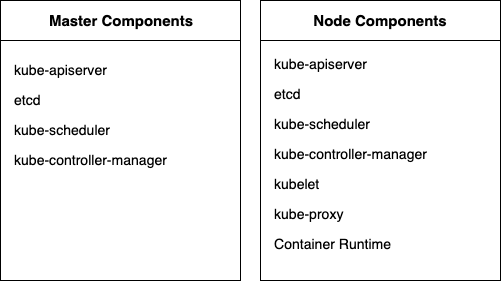
Earlier version of the draw.io export Section-01/04_What_is_Kubernetes/images/kubernetes-components.png (kubernetes-study-guide/Kubernetes-Study-Guide). Source tidied: cells renumbered, new cells last; positions are measured from the earlier drawing's top-left corner, leaving out a move shared by most shapes. The source it was exported from:
```xml
<mxGraphModel>
  <root>
    <mxCell id="0" />
    <mxCell id="1" parent="0" />
    <mxCell id="2" value="&lt;h3 id=&quot;kube-apiserver&quot;&gt;&lt;span style=&quot;font-weight: normal&quot;&gt;kube-apiserver&lt;/span&gt;&lt;/h3&gt;&lt;div&gt;&lt;h3 id=&quot;etcd&quot;&gt;&lt;span style=&quot;font-weight: normal&quot;&gt;etcd&lt;br&gt;&lt;/span&gt;&lt;/h3&gt;&lt;/div&gt;&lt;div&gt;&lt;h3 id=&quot;kube-scheduler&quot;&gt;&lt;span style=&quot;font-weight: normal&quot;&gt;kube-scheduler&lt;/span&gt;&lt;/h3&gt;&lt;/div&gt;&lt;div&gt;&lt;h3 id=&quot;kube-controller-manager&quot;&gt;&lt;span style=&quot;font-weight: normal&quot;&gt;kube-controller-manager&lt;/span&gt;&lt;/h3&gt;&lt;/div&gt;&lt;div&gt;&lt;h3 id=&quot;cloud-controller-manager&quot;&gt;&lt;br&gt;&lt;/h3&gt;&lt;/div&gt;&lt;div&gt;&lt;br&gt;&lt;/div&gt;" style="whiteSpace=wrap;html=1;align=left;spacingRight=0;spacingLeft=11;fontStyle=0;horizontal=1;verticalAlign=top;" parent="1" vertex="1">
      <mxGeometry y="40" width="240" height="240" as="geometry" />
    </mxCell>
    <mxCell id="3" value="Master Components" style="rounded=0;whiteSpace=wrap;html=1;align=center;fontStyle=1;fontSize=15;" parent="1" vertex="1">
      <mxGeometry width="240" height="40" as="geometry" />
    </mxCell>
    <mxCell id="4" value="&lt;h3 id=&quot;kube-apiserver&quot;&gt;&lt;span style=&quot;font-weight: normal&quot;&gt;kube-apiserver&lt;/span&gt;&lt;/h3&gt;&lt;div&gt;&lt;h3 id=&quot;etcd&quot;&gt;&lt;span style=&quot;font-weight: normal&quot;&gt;etcd&lt;br&gt;&lt;/span&gt;&lt;/h3&gt;&lt;/div&gt;&lt;div&gt;&lt;h3 id=&quot;kube-scheduler&quot;&gt;&lt;span style=&quot;font-weight: normal&quot;&gt;kube-scheduler&lt;/span&gt;&lt;/h3&gt;&lt;/div&gt;&lt;div&gt;&lt;h3 id=&quot;kube-controller-manager&quot;&gt;&lt;span style=&quot;font-weight: normal&quot;&gt;kube-controller-manager&lt;/span&gt;&lt;/h3&gt;&lt;/div&gt;&lt;div&gt;&lt;h3 id=&quot;cloud-controller-manager&quot;&gt;&lt;span style=&quot;font-weight: normal&quot;&gt;kubelet&lt;br&gt;&lt;/span&gt;&lt;/h3&gt;&lt;/div&gt;&lt;div&gt;&lt;h3 id=&quot;kube-proxy&quot;&gt;&lt;span style=&quot;font-weight: normal&quot;&gt;kube-proxy&lt;/span&gt;&lt;/h3&gt;&lt;/div&gt;&lt;div&gt;&lt;h3 id=&quot;container-runtime&quot;&gt;&lt;span style=&quot;font-weight: normal&quot;&gt;Container Runtime&lt;/span&gt;&lt;/h3&gt;&lt;/div&gt;&lt;div&gt;&lt;br&gt;&lt;/div&gt;" style="whiteSpace=wrap;html=1;align=left;spacingRight=0;spacingLeft=11;fontStyle=0;" parent="1" vertex="1">
      <mxGeometry x="260" y="40" width="240" height="240" as="geometry" />
    </mxCell>
    <mxCell id="5" value="Node Components&lt;br&gt;" style="rounded=0;whiteSpace=wrap;html=1;align=center;fontStyle=1;fontSize=15;" parent="1" vertex="1">
      <mxGeometry x="260" width="240" height="40" as="geometry" />
    </mxCell>
  </root>
</mxGraphModel>
```
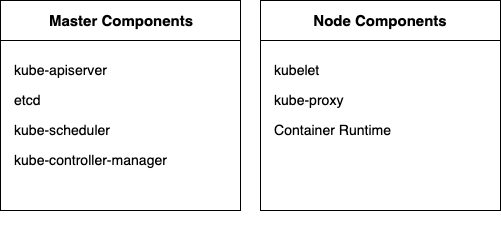
The same file after the commit.

The edit, as a diff of the source:
```diff
@@ -3,13 +3,13 @@
     <mxCell id="0" />
     <mxCell id="1" parent="0" />
     <mxCell id="2" value="&lt;h3 id=&quot;kube-apiserver&quot;&gt;&lt;span style=&quot;font-weight: normal&quot;&gt;kube-apiserver&lt;/span&gt;&lt;/h3&gt;&lt;div&gt;&lt;h3 id=&quot;etcd&quot;&gt;&lt;span style=&quot;font-weight: normal&quot;&gt;etcd&lt;br&gt;&lt;/span&gt;&lt;/h3&gt;&lt;/div&gt;&lt;div&gt;&lt;h3 id=&quot;kube-scheduler&quot;&gt;&lt;span style=&quot;font-weight: normal&quot;&gt;kube-scheduler&lt;/span&gt;&lt;/h3&gt;&lt;/div&gt;&lt;div&gt;&lt;h3 id=&quot;kube-controller-manager&quot;&gt;&lt;span style=&quot;font-weight: normal&quot;&gt;kube-controller-manager&lt;/span&gt;&lt;/h3&gt;&lt;/div&gt;&lt;div&gt;&lt;h3 id=&quot;cloud-controller-manager&quot;&gt;&lt;br&gt;&lt;/h3&gt;&lt;/div&gt;&lt;div&gt;&lt;br&gt;&lt;/div&gt;" style="whiteSpace=wrap;html=1;align=left;spacingRight=0;spacingLeft=11;fontStyle=0;horizontal=1;verticalAlign=top;" parent="1" vertex="1">
-      <mxGeometry y="40" width="240" height="240" as="geometry" />
+      <mxGeometry y="40" width="240" height="170" as="geometry" />
     </mxCell>
     <mxCell id="3" value="Master Components" style="rounded=0;whiteSpace=wrap;html=1;align=center;fontStyle=1;fontSize=15;" parent="1" vertex="1">
       <mxGeometry width="240" height="40" as="geometry" />
     </mxCell>
-    <mxCell id="4" value="&lt;h3 id=&quot;kube-apiserver&quot;&gt;&lt;span style=&quot;font-weight: normal&quot;&gt;kube-apiserver&lt;/span&gt;&lt;/h3&gt;&lt;div&gt;&lt;h3 id=&quot;etcd&quot;&gt;&lt;span style=&quot;font-weight: normal&quot;&gt;etcd&lt;br&gt;&lt;/span&gt;&lt;/h3&gt;&lt;/div&gt;&lt;div&gt;&lt;h3 id=&quot;kube-scheduler&quot;&gt;&lt;span style=&quot;font-weight: normal&quot;&gt;kube-scheduler&lt;/span&gt;&lt;/h3&gt;&lt;/div&gt;&lt;div&gt;&lt;h3 id=&quot;kube-controller-manager&quot;&gt;&lt;span style=&quot;font-weight: normal&quot;&gt;kube-controller-manager&lt;/span&gt;&lt;/h3&gt;&lt;/div&gt;&lt;div&gt;&lt;h3 id=&quot;cloud-controller-manager&quot;&gt;&lt;span style=&quot;font-weight: normal&quot;&gt;kubelet&lt;br&gt;&lt;/span&gt;&lt;/h3&gt;&lt;/div&gt;&lt;div&gt;&lt;h3 id=&quot;kube-proxy&quot;&gt;&lt;span style=&quot;font-weight: normal&quot;&gt;kube-proxy&lt;/span&gt;&lt;/h3&gt;&lt;/div&gt;&lt;div&gt;&lt;h3 id=&quot;container-runtime&quot;&gt;&lt;span style=&quot;font-weight: normal&quot;&gt;Container Runtime&lt;/span&gt;&lt;/h3&gt;&lt;/div&gt;&lt;div&gt;&lt;br&gt;&lt;/div&gt;" style="whiteSpace=wrap;html=1;align=left;spacingRight=0;spacingLeft=11;fontStyle=0;" parent="1" vertex="1">
-      <mxGeometry x="260" y="40" width="240" height="240" as="geometry" />
+    <mxCell id="4" value="&lt;h3 id=&quot;kube-apiserver&quot;&gt;&lt;span style=&quot;font-weight: normal&quot;&gt;kubelet&lt;/span&gt;&lt;br&gt;&lt;/h3&gt;&lt;div&gt;&lt;h3 id=&quot;kube-proxy&quot;&gt;&lt;span style=&quot;font-weight: normal&quot;&gt;kube-proxy&lt;/span&gt;&lt;/h3&gt;&lt;/div&gt;&lt;div&gt;&lt;h3 id=&quot;container-runtime&quot;&gt;&lt;span style=&quot;font-weight: normal&quot;&gt;Container Runtime&lt;/span&gt;&lt;/h3&gt;&lt;/div&gt;&lt;div&gt;&lt;br&gt;&lt;/div&gt;" style="whiteSpace=wrap;html=1;align=left;spacingRight=0;spacingLeft=11;fontStyle=0;verticalAlign=top;" parent="1" vertex="1">
+      <mxGeometry x="260" y="40" width="240" height="170" as="geometry" />
     </mxCell>
     <mxCell id="5" value="Node Components&lt;br&gt;" style="rounded=0;whiteSpace=wrap;html=1;align=center;fontStyle=1;fontSize=15;" parent="1" vertex="1">
       <mxGeometry x="260" width="240" height="40" as="geometry" />
```
